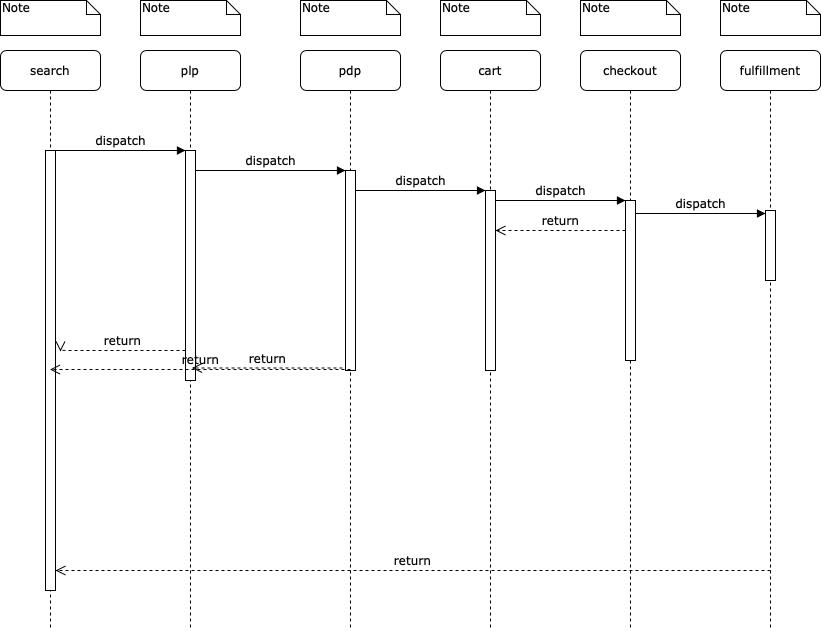
Earlier version of the draw.io export ecommerce.drawio.png (hanukathas/system-design-diagrams). Source tidied: cells renumbered, new cells last; positions are measured from the earlier drawing's top-left corner, leaving out a move shared by most shapes.
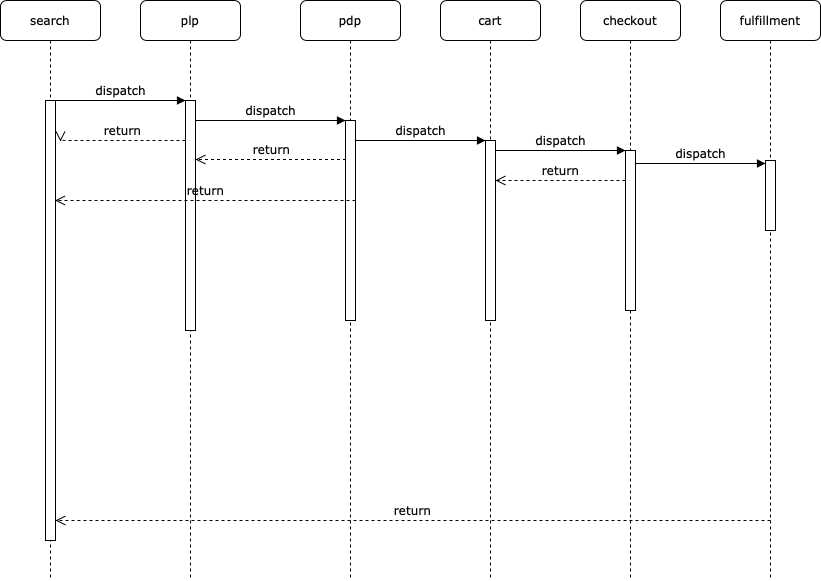
The same diagram one commit later.

The edit, as a diff of the source:
```diff
@@ -8,23 +8,13 @@
     <mxCell id="3" style="html=1;points=[];perimeter=orthogonalPerimeter;rounded=0;shadow=0;comic=0;labelBackgroundColor=none;strokeWidth=1;fontFamily=Verdana;fontSize=12;align=center;" parent="2" vertex="1">
       <mxGeometry x="45" y="100" width="10" height="230" as="geometry" />
     </mxCell>
-    <mxCell id="4" value="return" style="html=1;verticalAlign=bottom;endArrow=open;dashed=1;endSize=8;labelBackgroundColor=none;fontFamily=Verdana;fontSize=12;edgeStyle=elbowEdgeStyle;elbow=vertical;" parent="2" edge="1">
-      <mxGeometry relative="1" as="geometry">
-        <mxPoint x="202" y="317.5" as="sourcePoint" />
-        <mxPoint x="51.5" y="317.5" as="targetPoint" />
-        <Array as="points">
-          <mxPoint x="147" y="317.5" />
-          <mxPoint x="177" y="317.5" />
-        </Array>
-      </mxGeometry>
-    </mxCell>
     <mxCell id="5" value="return" style="html=1;verticalAlign=bottom;endArrow=open;dashed=1;endSize=8;labelBackgroundColor=none;fontFamily=Verdana;fontSize=12;edgeStyle=elbowEdgeStyle;elbow=vertical;" parent="2" edge="1">
       <mxGeometry relative="1" as="geometry">
-        <mxPoint x="45" y="300" as="sourcePoint" />
-        <mxPoint x="-80" y="301" as="targetPoint" />
+        <mxPoint x="45" y="140" as="sourcePoint" />
+        <mxPoint x="-80" y="141" as="targetPoint" />
         <Array as="points">
-          <mxPoint x="-10" y="300" />
-          <mxPoint x="20" y="300" />
+          <mxPoint x="-10" y="140" />
+          <mxPoint x="20" y="140" />
         </Array>
       </mxGeometry>
     </mxCell>
@@ -34,6 +24,26 @@
     <mxCell id="7" style="html=1;points=[];perimeter=orthogonalPerimeter;rounded=0;shadow=0;comic=0;labelBackgroundColor=none;strokeWidth=1;fontFamily=Verdana;fontSize=12;align=center;" parent="6" vertex="1">
       <mxGeometry x="45" y="120" width="10" height="200" as="geometry" />
     </mxCell>
+    <mxCell id="4" value="return" style="html=1;verticalAlign=bottom;endArrow=open;dashed=1;endSize=8;labelBackgroundColor=none;fontFamily=Verdana;fontSize=12;edgeStyle=elbowEdgeStyle;elbow=vertical;" parent="6" edge="1">
+      <mxGeometry relative="1" as="geometry">
+        <mxPoint x="45.5" y="159" as="sourcePoint" />
+        <mxPoint x="-105" y="159" as="targetPoint" />
+        <Array as="points">
+          <mxPoint x="-9.5" y="159" />
+          <mxPoint x="20.5" y="159" />
+        </Array>
+      </mxGeometry>
+    </mxCell>
+    <mxCell id="29" value="return" style="html=1;verticalAlign=bottom;endArrow=open;dashed=1;endSize=8;labelBackgroundColor=none;fontFamily=Verdana;fontSize=12;edgeStyle=elbowEdgeStyle;elbow=vertical;" parent="6" edge="1">
+      <mxGeometry relative="1" as="geometry">
+        <mxPoint x="55" y="200" as="sourcePoint" />
+        <mxPoint x="-245.5" y="200" as="targetPoint" />
+        <Array as="points">
+          <mxPoint y="200" />
+          <mxPoint x="30" y="200" />
+        </Array>
+      </mxGeometry>
+    </mxCell>
     <mxCell id="8" value="cart" style="shape=umlLifeline;perimeter=lifelinePerimeter;whiteSpace=wrap;html=1;rounded=1;shadow=0;comic=0;labelBackgroundColor=none;strokeWidth=1;fontFamily=Verdana;fontSize=12;align=center;" parent="1" vertex="1">
       <mxGeometry x="440" y="50" width="100" height="580" as="geometry" />
     </mxCell>
@@ -96,33 +106,5 @@
     <mxCell id="22" value="dispatch" style="html=1;verticalAlign=bottom;endArrow=block;entryX=0;entryY=0;labelBackgroundColor=none;fontFamily=Verdana;fontSize=12;edgeStyle=elbowEdgeStyle;elbow=vertical;" parent="1" edge="1" source="3" target="7">
       <mxGeometry relative="1" as="geometry" />
     </mxCell>
-    <mxCell id="23" value="Note" style="shape=note;whiteSpace=wrap;html=1;size=14;verticalAlign=top;align=left;spacingTop=-6;rounded=0;shadow=0;comic=0;labelBackgroundColor=none;strokeWidth=1;fontFamily=Verdana;fontSize=12;" parent="1" vertex="1">
-      <mxGeometry width="100" height="35" as="geometry" />
-    </mxCell>
-    <mxCell id="24" value="Note" style="shape=note;whiteSpace=wrap;html=1;size=14;verticalAlign=top;align=left;spacingTop=-6;rounded=0;shadow=0;comic=0;labelBackgroundColor=none;strokeWidth=1;fontFamily=Verdana;fontSize=12;" parent="1" vertex="1">
-      <mxGeometry x="140" width="100" height="35" as="geometry" />
-    </mxCell>
-    <mxCell id="25" value="Note" style="shape=note;whiteSpace=wrap;html=1;size=14;verticalAlign=top;align=left;spacingTop=-6;rounded=0;shadow=0;comic=0;labelBackgroundColor=none;strokeWidth=1;fontFamily=Verdana;fontSize=12;" parent="1" vertex="1">
-      <mxGeometry x="300" width="100" height="35" as="geometry" />
-    </mxCell>
-    <mxCell id="26" value="Note" style="shape=note;whiteSpace=wrap;html=1;size=14;verticalAlign=top;align=left;spacingTop=-6;rounded=0;shadow=0;comic=0;labelBackgroundColor=none;strokeWidth=1;fontFamily=Verdana;fontSize=12;" parent="1" vertex="1">
-      <mxGeometry x="440" width="100" height="35" as="geometry" />
-    </mxCell>
-    <mxCell id="27" value="Note" style="shape=note;whiteSpace=wrap;html=1;size=14;verticalAlign=top;align=left;spacingTop=-6;rounded=0;shadow=0;comic=0;labelBackgroundColor=none;strokeWidth=1;fontFamily=Verdana;fontSize=12;" parent="1" vertex="1">
-      <mxGeometry x="580" width="100" height="35" as="geometry" />
-    </mxCell>
-    <mxCell id="28" value="Note" style="shape=note;whiteSpace=wrap;html=1;size=14;verticalAlign=top;align=left;spacingTop=-6;rounded=0;shadow=0;comic=0;labelBackgroundColor=none;strokeWidth=1;fontFamily=Verdana;fontSize=12;" parent="1" vertex="1">
-      <mxGeometry x="720" width="100" height="35" as="geometry" />
-    </mxCell>
-    <mxCell id="29" value="return" style="html=1;verticalAlign=bottom;endArrow=open;dashed=1;endSize=8;labelBackgroundColor=none;fontFamily=Verdana;fontSize=12;edgeStyle=elbowEdgeStyle;elbow=vertical;" parent="1" edge="1">
-      <mxGeometry relative="1" as="geometry">
-        <mxPoint x="350" y="369" as="sourcePoint" />
-        <mxPoint x="49.5" y="369" as="targetPoint" />
-        <Array as="points">
-          <mxPoint x="295" y="369" />
-          <mxPoint x="325" y="369" />
-        </Array>
-      </mxGeometry>
-    </mxCell>
   </root>
 </mxGraphModel>
```
